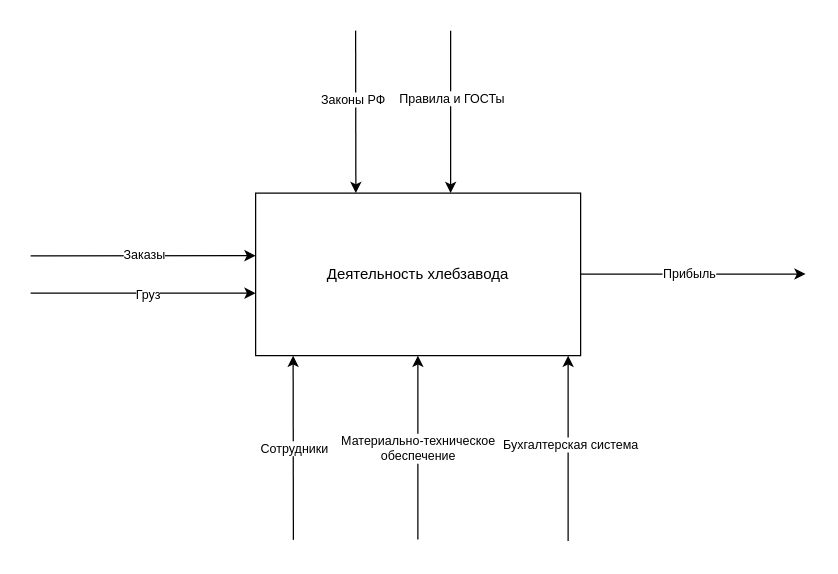
This is Untitled Diagram.drawio from AndrewGanzha/bakersystem, a draw.io file, before an edit. Source tidied: cells renumbered, new cells numbered last; positions are measured from the earlier drawing's top-left corner, leaving out a move shared by most shapes. Both pictures are drawn from the tidied source at 125%, with x=0, y=0 at pixel (30, 30).
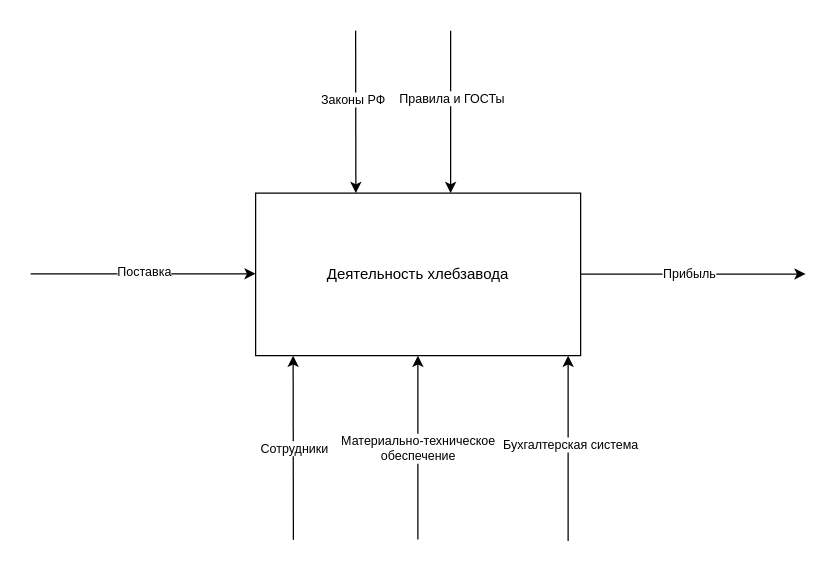
The same page after the edit.

Diff of the diagram source:
```diff
@@
     <mxCell id="3" style="endArrow=classic;html=1;rounded=0;entryX=0;entryY=0.538;entryDx=0;entryDy=0;entryPerimeter=0;" parent="1" edge="1">
       <mxGeometry relative="1" as="geometry">
-        <mxPoint y="180.1" as="sourcePoint" />
-        <mxPoint x="180" y="180" as="targetPoint" />
+        <mxPoint y="194.6" as="sourcePoint" />
+        <mxPoint x="180" y="194.5" as="targetPoint" />
       </mxGeometry>
     </mxCell>
-    <mxCell id="4" value="Заказы" style="edgeLabel;html=1;align=center;verticalAlign=middle;fontSize=10;" parent="3" vertex="1">
+    <mxCell id="4" value="Поставка" style="edgeLabel;html=1;align=center;verticalAlign=middle;fontSize=10;" parent="3" vertex="1">
       <mxGeometry x="0.01" y="2" relative="1" as="geometry" />
     </mxCell>
-    <mxCell id="5" style="endArrow=classic;html=1;rounded=0;entryX=0;entryY=0.538;entryDx=0;entryDy=0;entryPerimeter=0;" parent="1" edge="1">
-      <mxGeometry relative="1" as="geometry">
-        <mxPoint y="210" as="sourcePoint" />
-        <mxPoint x="180" y="210" as="targetPoint" />
-      </mxGeometry>
-    </mxCell>
-    <mxCell id="6" value="Груз" style="edgeLabel;html=1;align=center;verticalAlign=middle;fontSize=10;" parent="5" vertex="1">
-      <mxGeometry x="0.03" relative="1" as="geometry" />
-    </mxCell>
```
